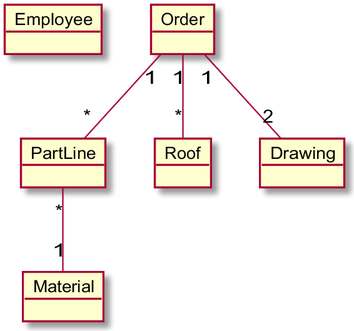
The PlantUML diagram DomainModel.PNG in NikolajX4000/Sem2Exam, before a commit. Its source is kept beside it as src/main/java/UML/DomainModel.puml.
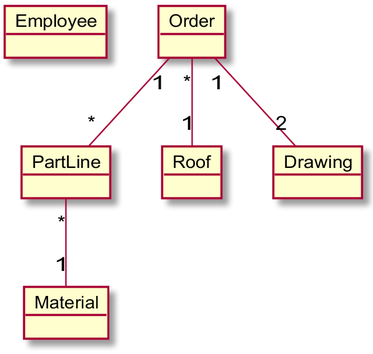
After the change.

Change to the diagram source:
```diff
@@ -7,7 +7,7 @@
 object Roof
 object Drawing
 
-Order "1" -- "*" Roof
+Order "*" -- "1" Roof
 Order "1" -- "*" PartLine
 Order "1" -- "2" Drawing
 PartLine "*" -- "1" Material
```
